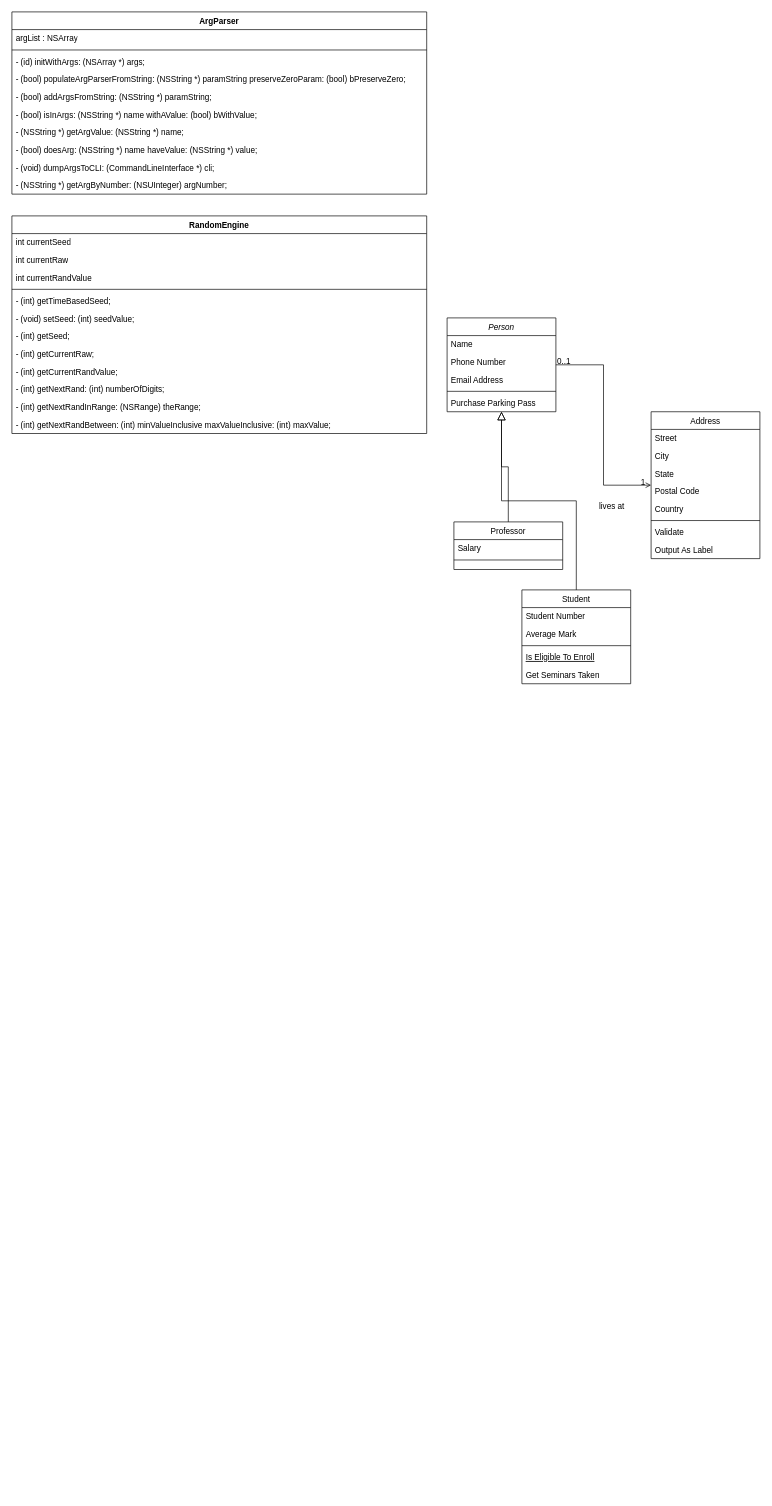
Before: Doco/Class Diagram - Unearth.drawio in mazerlodge/Unearth, a draw.io diagram. Source tidied: cells renumbered, new cells numbered last; positions are measured from the earlier drawing's top-left corner, leaving out a move shared by most shapes. Both pictures are drawn from the tidied source at 68%, with x=0, y=0 at pixel (12, 12).
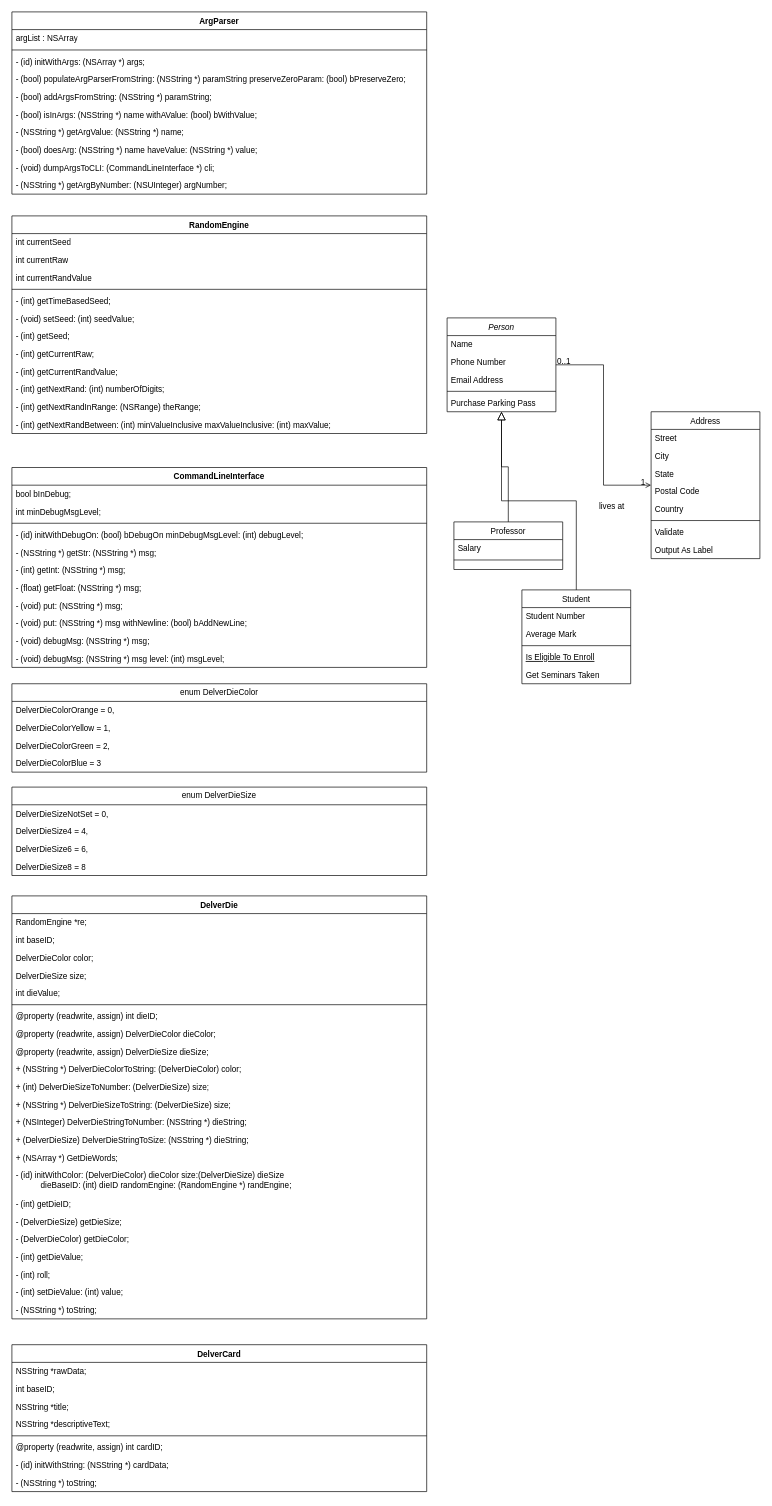
After the change.

Commit message (it also covers changes not shown here):
Expanded class diagram w/ RandomENgine, CLI, DelverDie and assoc. enums, DelverCard

What changed in the source:
```diff
@@
+    <mxCell id="56" value="CommandLineInterface" style="swimlane;fontStyle=1;align=center;verticalAlign=top;horizontal=1;startSize=26;whiteSpace=wrap;html=1;" parent="1" vertex="1">
+      <mxGeometry y="670" width="610" height="294" as="geometry" />
+    </mxCell>
+    <mxCell id="57" value="&lt;div&gt;bool bInDebug;&lt;/div&gt;&lt;div&gt;&lt;br&gt;&lt;/div&gt;" style="text;strokeColor=none;fillColor=none;align=left;verticalAlign=top;spacingLeft=4;spacingRight=4;overflow=hidden;whiteSpace=wrap;html=1;" parent="56" vertex="1">
+      <mxGeometry y="26" width="610" height="26" as="geometry" />
+    </mxCell>
+    <mxCell id="58" value="int minDebugMsgLevel;" style="text;strokeColor=none;fillColor=none;align=left;verticalAlign=top;spacingLeft=4;spacingRight=4;overflow=hidden;whiteSpace=wrap;html=1;" parent="56" vertex="1">
+      <mxGeometry y="52" width="610" height="26" as="geometry" />
+    </mxCell>
+    <mxCell id="59" style="line;strokeWidth=1;fillColor=none;align=left;verticalAlign=middle;spacingTop=-1;spacingLeft=3;spacingRight=3;labelPosition=right;strokeColor=inherit;" parent="56" vertex="1">
+      <mxGeometry y="78" width="610" height="8" as="geometry" />
+    </mxCell>
+    <mxCell id="60" value="- (id) initWithDebugOn: (bool) bDebugOn minDebugMsgLevel: (int) debugLevel;" style="text;strokeColor=none;fillColor=none;align=left;verticalAlign=top;spacingLeft=4;spacingRight=4;overflow=hidden;whiteSpace=wrap;html=1;" parent="56" vertex="1">
+      <mxGeometry y="86" width="610" height="26" as="geometry" />
+    </mxCell>
+    <mxCell id="61" value="- (NSString *) getStr: (NSString *) msg;" style="text;strokeColor=none;fillColor=none;align=left;verticalAlign=top;spacingLeft=4;spacingRight=4;overflow=hidden;whiteSpace=wrap;html=1;" parent="56" vertex="1">
+      <mxGeometry y="112" width="610" height="26" as="geometry" />
+    </mxCell>
+    <mxCell id="62" value="- (int) getInt: (NSString *) msg;" style="text;strokeColor=none;fillColor=none;align=left;verticalAlign=top;spacingLeft=4;spacingRight=4;overflow=hidden;whiteSpace=wrap;html=1;" parent="56" vertex="1">
+      <mxGeometry y="138" width="610" height="26" as="geometry" />
+    </mxCell>
+    <mxCell id="63" value="- (float) getFloat: (NSString *) msg;" style="text;strokeColor=none;fillColor=none;align=left;verticalAlign=top;spacingLeft=4;spacingRight=4;overflow=hidden;whiteSpace=wrap;html=1;" parent="56" vertex="1">
+      <mxGeometry y="164" width="610" height="26" as="geometry" />
+    </mxCell>
+    <mxCell id="64" value="- (void) put: (NSString *) msg;" style="text;strokeColor=none;fillColor=none;align=left;verticalAlign=top;spacingLeft=4;spacingRight=4;overflow=hidden;whiteSpace=wrap;html=1;" parent="56" vertex="1">
+      <mxGeometry y="190" width="610" height="26" as="geometry" />
+    </mxCell>
+    <mxCell id="65" value="- (void) put: (NSString *) msg withNewline: (bool) bAddNewLine;" style="text;strokeColor=none;fillColor=none;align=left;verticalAlign=top;spacingLeft=4;spacingRight=4;overflow=hidden;whiteSpace=wrap;html=1;" parent="56" vertex="1">
+      <mxGeometry y="216" width="610" height="26" as="geometry" />
+    </mxCell>
+    <mxCell id="66" value="- (void) debugMsg: (NSString *) msg;" style="text;strokeColor=none;fillColor=none;align=left;verticalAlign=top;spacingLeft=4;spacingRight=4;overflow=hidden;whiteSpace=wrap;html=1;" parent="56" vertex="1">
+      <mxGeometry y="242" width="610" height="26" as="geometry" />
+    </mxCell>
+    <mxCell id="67" value="- (void) debugMsg: (NSString *) msg level: (int) msgLevel;" style="text;strokeColor=none;fillColor=none;align=left;verticalAlign=top;spacingLeft=4;spacingRight=4;overflow=hidden;whiteSpace=wrap;html=1;" parent="56" vertex="1">
+      <mxGeometry y="268" width="610" height="26" as="geometry" />
+    </mxCell>
+    <mxCell id="68" value="enum DelverDieColor" style="swimlane;fontStyle=0;horizontal=1;startSize=26;fillColor=none;whiteSpace=wrap;html=1;" parent="1" vertex="1">
+      <mxGeometry y="988" width="610" height="130" as="geometry" />
+    </mxCell>
+    <mxCell id="69" value="DelverDieColorOrange = 0," style="text;strokeColor=none;fillColor=none;align=left;verticalAlign=top;spacingLeft=4;spacingRight=4;overflow=hidden;whiteSpace=wrap;html=1;" parent="68" vertex="1">
+      <mxGeometry y="26" width="610" height="26" as="geometry" />
+    </mxCell>
+    <mxCell id="70" value="DelverDieColorYellow = 1," style="text;strokeColor=none;fillColor=none;align=left;verticalAlign=top;spacingLeft=4;spacingRight=4;overflow=hidden;whiteSpace=wrap;html=1;" parent="68" vertex="1">
+      <mxGeometry y="52" width="610" height="26" as="geometry" />
+    </mxCell>
+    <mxCell id="71" value="DelverDieColorGreen = 2," style="text;strokeColor=none;fillColor=none;align=left;verticalAlign=top;spacingLeft=4;spacingRight=4;overflow=hidden;whiteSpace=wrap;html=1;" parent="68" vertex="1">
+      <mxGeometry y="78" width="610" height="26" as="geometry" />
+    </mxCell>
+    <mxCell id="72" value="DelverDieColorBlue = 3" style="text;strokeColor=none;fillColor=none;align=left;verticalAlign=top;spacingLeft=4;spacingRight=4;overflow=hidden;whiteSpace=wrap;html=1;" parent="68" vertex="1">
+      <mxGeometry y="104" width="610" height="26" as="geometry" />
+    </mxCell>
+    <mxCell id="73" value="enum DelverDieSize" style="swimlane;fontStyle=0;horizontal=1;startSize=26;fillColor=none;whiteSpace=wrap;html=1;" parent="1" vertex="1">
+      <mxGeometry y="1140" width="610" height="130" as="geometry" />
+    </mxCell>
+    <mxCell id="74" value="DelverDieSizeNotSet = 0," style="text;strokeColor=none;fillColor=none;align=left;verticalAlign=top;spacingLeft=4;spacingRight=4;overflow=hidden;whiteSpace=wrap;html=1;" parent="73" vertex="1">
+      <mxGeometry y="26" width="610" height="26" as="geometry" />
+    </mxCell>
+    <mxCell id="75" value="DelverDieSize4 = 4," style="text;strokeColor=none;fillColor=none;align=left;verticalAlign=top;spacingLeft=4;spacingRight=4;overflow=hidden;whiteSpace=wrap;html=1;" parent="73" vertex="1">
+      <mxGeometry y="52" width="610" height="26" as="geometry" />
+    </mxCell>
+    <mxCell id="76" value="DelverDieSize6 = 6," style="text;strokeColor=none;fillColor=none;align=left;verticalAlign=top;spacingLeft=4;spacingRight=4;overflow=hidden;whiteSpace=wrap;html=1;" parent="73" vertex="1">
+      <mxGeometry y="78" width="610" height="26" as="geometry" />
+    </mxCell>
+    <mxCell id="77" value="DelverDieSize8 = 8" style="text;strokeColor=none;fillColor=none;align=left;verticalAlign=top;spacingLeft=4;spacingRight=4;overflow=hidden;whiteSpace=wrap;html=1;" parent="73" vertex="1">
+      <mxGeometry y="104" width="610" height="26" as="geometry" />
+    </mxCell>
+    <mxCell id="78" value="DelverDie" style="swimlane;fontStyle=1;align=center;verticalAlign=top;horizontal=1;startSize=26;whiteSpace=wrap;html=1;" parent="1" vertex="1">
+      <mxGeometry y="1300" width="610" height="622" as="geometry" />
+    </mxCell>
+    <mxCell id="79" value="RandomEngine *re;" style="text;strokeColor=none;fillColor=none;align=left;verticalAlign=top;spacingLeft=4;spacingRight=4;overflow=hidden;whiteSpace=wrap;html=1;" parent="78" vertex="1">
+      <mxGeometry y="26" width="610" height="26" as="geometry" />
+    </mxCell>
+    <mxCell id="80" value="int baseID;" style="text;strokeColor=none;fillColor=none;align=left;verticalAlign=top;spacingLeft=4;spacingRight=4;overflow=hidden;whiteSpace=wrap;html=1;" parent="78" vertex="1">
+      <mxGeometry y="52" width="610" height="26" as="geometry" />
+    </mxCell>
+    <mxCell id="81" value="DelverDieColor color;" style="text;strokeColor=none;fillColor=none;align=left;verticalAlign=top;spacingLeft=4;spacingRight=4;overflow=hidden;whiteSpace=wrap;html=1;" parent="78" vertex="1">
+      <mxGeometry y="78" width="610" height="26" as="geometry" />
+    </mxCell>
+    <mxCell id="82" value="DelverDieSize size;" style="text;strokeColor=none;fillColor=none;align=left;verticalAlign=top;spacingLeft=4;spacingRight=4;overflow=hidden;whiteSpace=wrap;html=1;" parent="78" vertex="1">
+      <mxGeometry y="104" width="610" height="26" as="geometry" />
+    </mxCell>
+    <mxCell id="83" value="int dieValue;" style="text;strokeColor=none;fillColor=none;align=left;verticalAlign=top;spacingLeft=4;spacingRight=4;overflow=hidden;whiteSpace=wrap;html=1;" parent="78" vertex="1">
+      <mxGeometry y="130" width="610" height="26" as="geometry" />
+    </mxCell>
+    <mxCell id="84" style="line;strokeWidth=1;fillColor=none;align=left;verticalAlign=middle;spacingTop=-1;spacingLeft=3;spacingRight=3;labelPosition=right;strokeColor=inherit;" parent="78" vertex="1">
+      <mxGeometry y="156" width="610" height="8" as="geometry" />
+    </mxCell>
+    <mxCell id="85" value="@property (readwrite, assign) int dieID;" style="text;strokeColor=none;fillColor=none;align=left;verticalAlign=top;spacingLeft=4;spacingRight=4;overflow=hidden;whiteSpace=wrap;html=1;" parent="78" vertex="1">
+      <mxGeometry y="164" width="610" height="26" as="geometry" />
+    </mxCell>
+    <mxCell id="86" value="@property (readwrite, assign) DelverDieColor dieColor;" style="text;strokeColor=none;fillColor=none;align=left;verticalAlign=top;spacingLeft=4;spacingRight=4;overflow=hidden;whiteSpace=wrap;html=1;" parent="78" vertex="1">
+      <mxGeometry y="190" width="610" height="26" as="geometry" />
+    </mxCell>
+    <mxCell id="87" value="@property (readwrite, assign) DelverDieSize dieSize;" style="text;strokeColor=none;fillColor=none;align=left;verticalAlign=top;spacingLeft=4;spacingRight=4;overflow=hidden;whiteSpace=wrap;html=1;" parent="78" vertex="1">
+      <mxGeometry y="216" width="610" height="26" as="geometry" />
+    </mxCell>
+    <mxCell id="88" value="+ (NSString *) DelverDieColorToString: (DelverDieColor) color;" style="text;strokeColor=none;fillColor=none;align=left;verticalAlign=top;spacingLeft=4;spacingRight=4;overflow=hidden;whiteSpace=wrap;html=1;" parent="78" vertex="1">
+      <mxGeometry y="242" width="610" height="26" as="geometry" />
+    </mxCell>
+    <mxCell id="89" value="+ (int) DelverDieSizeToNumber: (DelverDieSize) size;" style="text;strokeColor=none;fillColor=none;align=left;verticalAlign=top;spacingLeft=4;spacingRight=4;overflow=hidden;whiteSpace=wrap;html=1;" parent="78" vertex="1">
+      <mxGeometry y="268" width="610" height="26" as="geometry" />
+    </mxCell>
+    <mxCell id="90" value="+ (NSString *) DelverDieSizeToString: (DelverDieSize) size;" style="text;strokeColor=none;fillColor=none;align=left;verticalAlign=top;spacingLeft=4;spacingRight=4;overflow=hidden;whiteSpace=wrap;html=1;" parent="78" vertex="1">
+      <mxGeometry y="294" width="610" height="26" as="geometry" />
+    </mxCell>
+    <mxCell id="91" value="+ (NSInteger) DelverDieStringToNumber: (NSString *) dieString;" style="text;strokeColor=none;fillColor=none;align=left;verticalAlign=top;spacingLeft=4;spacingRight=4;overflow=hidden;whiteSpace=wrap;html=1;" parent="78" vertex="1">
+      <mxGeometry y="320" width="610" height="26" as="geometry" />
+    </mxCell>
+    <mxCell id="92" value="+ (DelverDieSize) DelverDieStringToSize: (NSString *) dieString;" style="text;strokeColor=none;fillColor=none;align=left;verticalAlign=top;spacingLeft=4;spacingRight=4;overflow=hidden;whiteSpace=wrap;html=1;" parent="78" vertex="1">
+      <mxGeometry y="346" width="610" height="26" as="geometry" />
+    </mxCell>
+    <mxCell id="93" value="+ (NSArray *) GetDieWords;" style="text;strokeColor=none;fillColor=none;align=left;verticalAlign=top;spacingLeft=4;spacingRight=4;overflow=hidden;whiteSpace=wrap;html=1;" parent="78" vertex="1">
+      <mxGeometry y="372" width="610" height="26" as="geometry" />
+    </mxCell>
+    <mxCell id="94" value="- (id) initWithColor: (DelverDieColor) dieColor size:(DelverDieSize) dieSize&#10;           dieBaseID: (int) dieID randomEngine: (RandomEngine *) randEngine;" style="text;strokeColor=none;fillColor=none;align=left;verticalAlign=top;spacingLeft=4;spacingRight=4;overflow=hidden;whiteSpace=wrap;html=1;" parent="78" vertex="1">
+      <mxGeometry y="398" width="610" height="42" as="geometry" />
+    </mxCell>
+    <mxCell id="95" value="- (int) getDieID;" style="text;strokeColor=none;fillColor=none;align=left;verticalAlign=top;spacingLeft=4;spacingRight=4;overflow=hidden;whiteSpace=wrap;html=1;" parent="78" vertex="1">
+      <mxGeometry y="440" width="610" height="26" as="geometry" />
+    </mxCell>
+    <mxCell id="96" value="- (DelverDieSize) getDieSize;" style="text;strokeColor=none;fillColor=none;align=left;verticalAlign=top;spacingLeft=4;spacingRight=4;overflow=hidden;whiteSpace=wrap;html=1;" parent="78" vertex="1">
+      <mxGeometry y="466" width="610" height="26" as="geometry" />
+    </mxCell>
+    <mxCell id="97" value="- (DelverDieColor) getDieColor;" style="text;strokeColor=none;fillColor=none;align=left;verticalAlign=top;spacingLeft=4;spacingRight=4;overflow=hidden;whiteSpace=wrap;html=1;" parent="78" vertex="1">
+      <mxGeometry y="492" width="610" height="26" as="geometry" />
+    </mxCell>
+    <mxCell id="98" value="- (int) getDieValue;" style="text;strokeColor=none;fillColor=none;align=left;verticalAlign=top;spacingLeft=4;spacingRight=4;overflow=hidden;whiteSpace=wrap;html=1;" parent="78" vertex="1">
+      <mxGeometry y="518" width="610" height="26" as="geometry" />
+    </mxCell>
+    <mxCell id="99" value="- (int) roll;" style="text;strokeColor=none;fillColor=none;align=left;verticalAlign=top;spacingLeft=4;spacingRight=4;overflow=hidden;whiteSpace=wrap;html=1;" parent="78" vertex="1">
+      <mxGeometry y="544" width="610" height="26" as="geometry" />
+    </mxCell>
+    <mxCell id="100" value="- (int) setDieValue: (int) value;" style="text;strokeColor=none;fillColor=none;align=left;verticalAlign=top;spacingLeft=4;spacingRight=4;overflow=hidden;whiteSpace=wrap;html=1;" parent="78" vertex="1">
+      <mxGeometry y="570" width="610" height="26" as="geometry" />
+    </mxCell>
+    <mxCell id="101" value="- (NSString *) toString;" style="text;strokeColor=none;fillColor=none;align=left;verticalAlign=top;spacingLeft=4;spacingRight=4;overflow=hidden;whiteSpace=wrap;html=1;" parent="78" vertex="1">
+      <mxGeometry y="596" width="610" height="26" as="geometry" />
+    </mxCell>
+    <mxCell id="102" value="DelverCard" style="swimlane;fontStyle=1;align=center;verticalAlign=top;horizontal=1;startSize=26;whiteSpace=wrap;html=1;" parent="1" vertex="1">
+      <mxGeometry y="1960" width="610" height="216" as="geometry" />
+    </mxCell>
+    <mxCell id="103" value="NSString *rawData;" style="text;strokeColor=none;fillColor=none;align=left;verticalAlign=top;spacingLeft=4;spacingRight=4;overflow=hidden;whiteSpace=wrap;html=1;" parent="102" vertex="1">
+      <mxGeometry y="26" width="610" height="26" as="geometry" />
+    </mxCell>
+    <mxCell id="104" value="int baseID;" style="text;strokeColor=none;fillColor=none;align=left;verticalAlign=top;spacingLeft=4;spacingRight=4;overflow=hidden;whiteSpace=wrap;html=1;" parent="102" vertex="1">
+      <mxGeometry y="52" width="610" height="26" as="geometry" />
+    </mxCell>
+    <mxCell id="105" value="NSString *title;" style="text;strokeColor=none;fillColor=none;align=left;verticalAlign=top;spacingLeft=4;spacingRight=4;overflow=hidden;whiteSpace=wrap;html=1;" parent="102" vertex="1">
+      <mxGeometry y="78" width="610" height="26" as="geometry" />
+    </mxCell>
+    <mxCell id="106" value="NSString *descriptiveText;" style="text;strokeColor=none;fillColor=none;align=left;verticalAlign=top;spacingLeft=4;spacingRight=4;overflow=hidden;whiteSpace=wrap;html=1;" parent="102" vertex="1">
+      <mxGeometry y="104" width="610" height="26" as="geometry" />
+    </mxCell>
+    <mxCell id="107" style="line;strokeWidth=1;fillColor=none;align=left;verticalAlign=middle;spacingTop=-1;spacingLeft=3;spacingRight=3;labelPosition=right;strokeColor=inherit;" parent="102" vertex="1">
+      <mxGeometry y="130" width="610" height="8" as="geometry" />
+    </mxCell>
+    <mxCell id="108" value="@property (readwrite, assign) int cardID;" style="text;strokeColor=none;fillColor=none;align=left;verticalAlign=top;spacingLeft=4;spacingRight=4;overflow=hidden;whiteSpace=wrap;html=1;" parent="102" vertex="1">
+      <mxGeometry y="138" width="610" height="26" as="geometry" />
+    </mxCell>
+    <mxCell id="109" value="- (id) initWithString: (NSString *) cardData;" style="text;strokeColor=none;fillColor=none;align=left;verticalAlign=top;spacingLeft=4;spacingRight=4;overflow=hidden;whiteSpace=wrap;html=1;" parent="102" vertex="1">
+      <mxGeometry y="164" width="610" height="26" as="geometry" />
+    </mxCell>
+    <mxCell id="110" value="- (NSString *) toString;" style="text;strokeColor=none;fillColor=none;align=left;verticalAlign=top;spacingLeft=4;spacingRight=4;overflow=hidden;whiteSpace=wrap;html=1;" parent="102" vertex="1">
+      <mxGeometry y="190" width="610" height="26" as="geometry" />
+    </mxCell>
```
